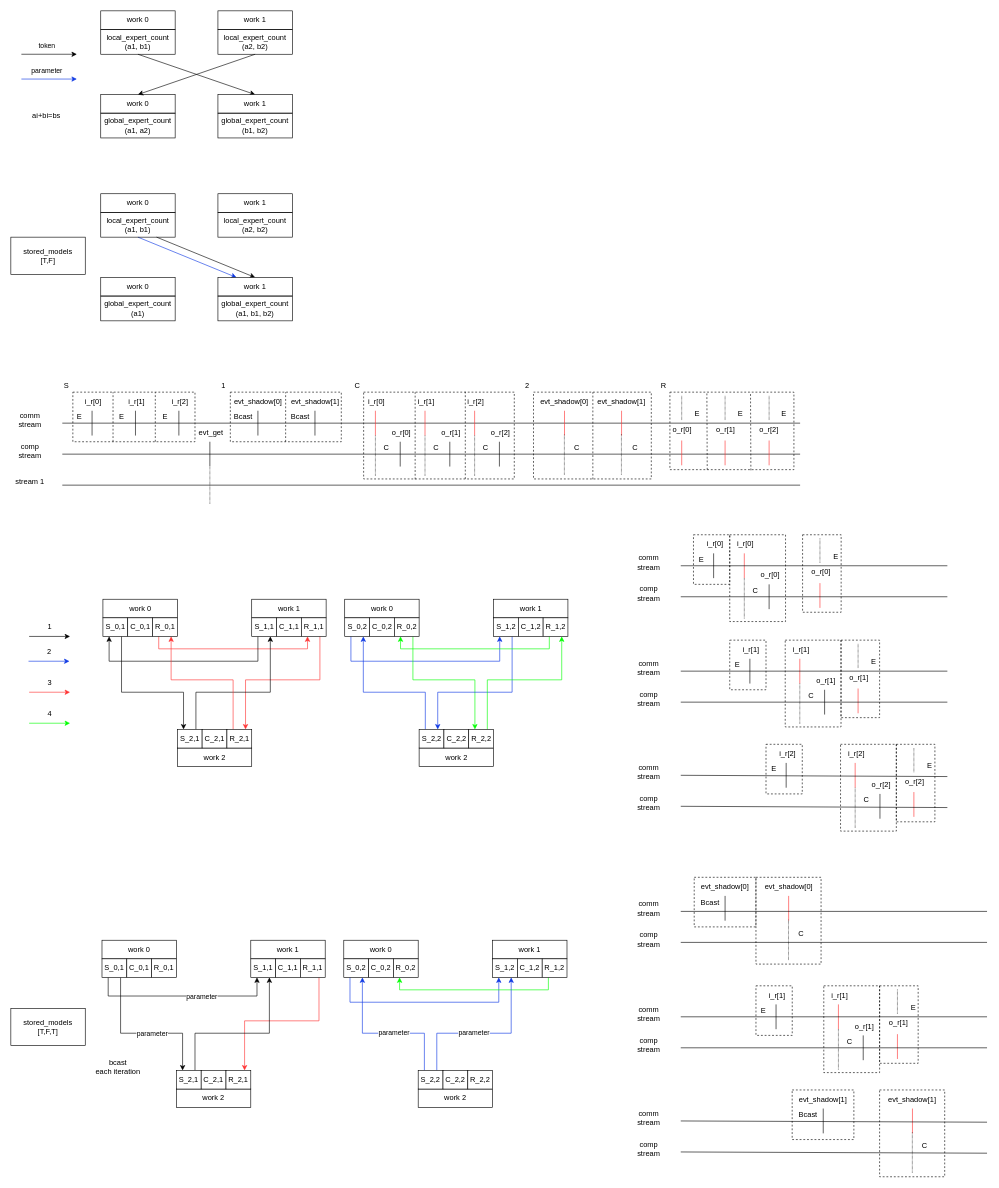
This is page "第 3 页" (3 of 3) of Untitled Diagram.drawio from htliang25/picture, a draw.io file, before an edit. Source tidied: cells renumbered, new cells numbered last; positions are measured from the earlier drawing's top-left corner, leaving out a move shared by most shapes. Both pictures are drawn from the tidied source at 62%, with x=0, y=0 at pixel (11, 11).
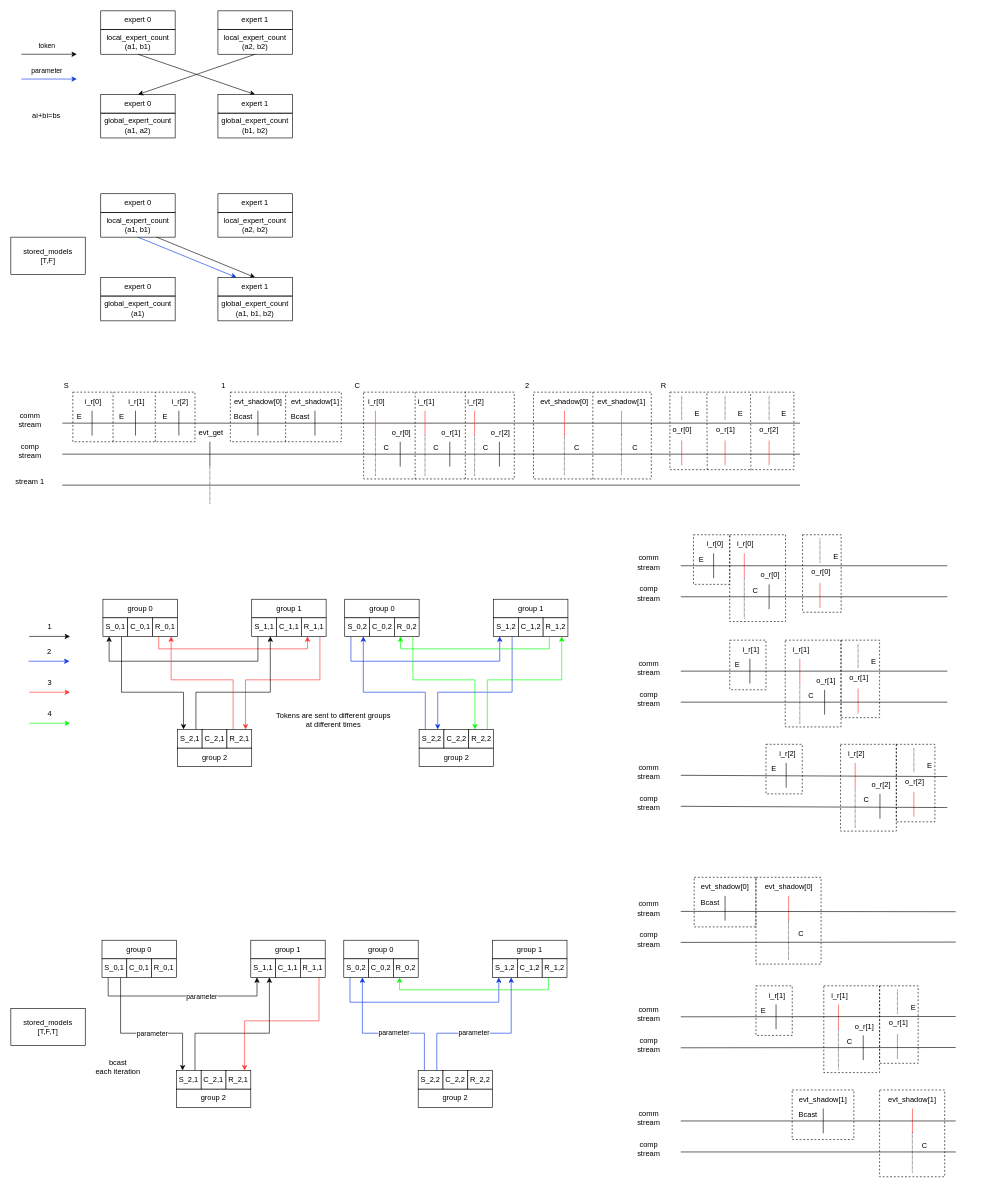
The same diagram, later.

Change to the diagram source:
```diff
@@
-    <mxCell id="11" value="work 0" style="rounded=0;whiteSpace=wrap;html=1;" parent="1" vertex="1">
+    <mxCell id="11" value="expert 0" style="rounded=0;whiteSpace=wrap;html=1;" parent="1" vertex="1">
       <mxGeometry x="145" width="120" height="30" as="geometry" />
     </mxCell>
@@
-    <mxCell id="16" value="work 0" style="rounded=0;whiteSpace=wrap;html=1;" parent="1" vertex="1">
+    <mxCell id="16" value="expert 0" style="rounded=0;whiteSpace=wrap;html=1;" parent="1" vertex="1">
       <mxGeometry x="145" y="135" width="120" height="30" as="geometry" />
     </mxCell>
@@
-    <mxCell id="18" value="work 1" style="rounded=0;whiteSpace=wrap;html=1;" parent="1" vertex="1">
+    <mxCell id="18" value="expert 1" style="rounded=0;whiteSpace=wrap;html=1;" parent="1" vertex="1">
       <mxGeometry x="334" width="120" height="30" as="geometry" />
     </mxCell>
@@
-    <mxCell id="21" value="work 1" style="rounded=0;whiteSpace=wrap;html=1;" parent="1" vertex="1">
+    <mxCell id="21" value="expert 1" style="rounded=0;whiteSpace=wrap;html=1;" parent="1" vertex="1">
       <mxGeometry x="334" y="135" width="120" height="30" as="geometry" />
     </mxCell>
@@
-    <mxCell id="23" value="work 0" style="rounded=0;whiteSpace=wrap;html=1;" parent="1" vertex="1">
+    <mxCell id="23" value="expert 0" style="rounded=0;whiteSpace=wrap;html=1;" parent="1" vertex="1">
       <mxGeometry x="145" y="295" width="120" height="30" as="geometry" />
     </mxCell>
@@
-    <mxCell id="27" value="work 0" style="rounded=0;whiteSpace=wrap;html=1;" parent="1" vertex="1">
+    <mxCell id="27" value="expert 0" style="rounded=0;whiteSpace=wrap;html=1;" parent="1" vertex="1">
       <mxGeometry x="145" y="430" width="120" height="30" as="geometry" />
     </mxCell>
@@
-    <mxCell id="29" value="work 1" style="rounded=0;whiteSpace=wrap;html=1;" parent="1" vertex="1">
+    <mxCell id="29" value="expert 1" style="rounded=0;whiteSpace=wrap;html=1;" parent="1" vertex="1">
       <mxGeometry x="334" y="295" width="120" height="30" as="geometry" />
     </mxCell>
@@
-    <mxCell id="31" value="work 1" style="rounded=0;whiteSpace=wrap;html=1;" parent="1" vertex="1">
+    <mxCell id="31" value="expert 1" style="rounded=0;whiteSpace=wrap;html=1;" parent="1" vertex="1">
       <mxGeometry x="334" y="430" width="120" height="30" as="geometry" />
     </mxCell>
@@
-    <mxCell id="37" value="work 0" style="rounded=0;whiteSpace=wrap;html=1;" parent="1" vertex="1">
+    <mxCell id="37" value="group 0" style="rounded=0;whiteSpace=wrap;html=1;" parent="1" vertex="1">
       <mxGeometry x="148.5" y="949" width="120" height="30" as="geometry" />
     </mxCell>
@@
-    <mxCell id="43" value="work 1" style="rounded=0;whiteSpace=wrap;html=1;" parent="1" vertex="1">
+    <mxCell id="43" value="group 1" style="rounded=0;whiteSpace=wrap;html=1;" parent="1" vertex="1">
       <mxGeometry x="388.5" y="949" width="120" height="30" as="geometry" />
     </mxCell>
@@
-    <mxCell id="49" value="work 2" style="rounded=0;whiteSpace=wrap;html=1;" parent="1" vertex="1">
+    <mxCell id="49" value="group 2" style="rounded=0;whiteSpace=wrap;html=1;" parent="1" vertex="1">
       <mxGeometry x="268.5" y="1189" width="120" height="30" as="geometry" />
     </mxCell>
@@
-    <mxCell id="55" value="work 0" style="rounded=0;whiteSpace=wrap;html=1;" parent="1" vertex="1">
+    <mxCell id="55" value="group 0" style="rounded=0;whiteSpace=wrap;html=1;" parent="1" vertex="1">
       <mxGeometry x="538.5" y="949" width="120" height="30" as="geometry" />
     </mxCell>
@@
-    <mxCell id="61" value="work 1" style="rounded=0;whiteSpace=wrap;html=1;" parent="1" vertex="1">
+    <mxCell id="61" value="group 1" style="rounded=0;whiteSpace=wrap;html=1;" parent="1" vertex="1">
       <mxGeometry x="778.5" y="949" width="120" height="30" as="geometry" />
     </mxCell>
@@
-    <mxCell id="67" value="work 2" style="rounded=0;whiteSpace=wrap;html=1;" parent="1" vertex="1">
+    <mxCell id="67" value="group 2" style="rounded=0;whiteSpace=wrap;html=1;" parent="1" vertex="1">
       <mxGeometry x="658.5" y="1189" width="120" height="30" as="geometry" />
     </mxCell>
@@
-    <mxCell id="81" value="work 0" style="rounded=0;whiteSpace=wrap;html=1;" parent="1" vertex="1">
+    <mxCell id="81" value="group 0" style="rounded=0;whiteSpace=wrap;html=1;" parent="1" vertex="1">
       <mxGeometry x="147" y="1499" width="120" height="30" as="geometry" />
     </mxCell>
@@
-    <mxCell id="89" value="work 1" style="rounded=0;whiteSpace=wrap;html=1;" parent="1" vertex="1">
+    <mxCell id="89" value="group 1" style="rounded=0;whiteSpace=wrap;html=1;" parent="1" vertex="1">
       <mxGeometry x="387" y="1499" width="120" height="30" as="geometry" />
     </mxCell>
@@
-    <mxCell id="94" value="work 2" style="rounded=0;whiteSpace=wrap;html=1;" parent="1" vertex="1">
+    <mxCell id="94" value="group 2" style="rounded=0;whiteSpace=wrap;html=1;" parent="1" vertex="1">
       <mxGeometry x="267" y="1739" width="120" height="30" as="geometry" />
     </mxCell>
@@
-    <mxCell id="119" value="work 0" style="rounded=0;whiteSpace=wrap;html=1;" parent="1" vertex="1">
+    <mxCell id="119" value="group 0" style="rounded=0;whiteSpace=wrap;html=1;" parent="1" vertex="1">
       <mxGeometry x="537" y="1499" width="120" height="30" as="geometry" />
     </mxCell>
@@
-    <mxCell id="124" value="work 1" style="rounded=0;whiteSpace=wrap;html=1;" parent="1" vertex="1">
+    <mxCell id="124" value="group 1" style="rounded=0;whiteSpace=wrap;html=1;" parent="1" vertex="1">
       <mxGeometry x="777" y="1499" width="120" height="30" as="geometry" />
     </mxCell>
@@
-    <mxCell id="129" value="work 2" style="rounded=0;whiteSpace=wrap;html=1;" parent="1" vertex="1">
+    <mxCell id="129" value="group 2" style="rounded=0;whiteSpace=wrap;html=1;" parent="1" vertex="1">
       <mxGeometry x="657" y="1739" width="120" height="30" as="geometry" />
     </mxCell>
@@
     <mxCell id="283" style="endArrow=none;html=1;rounded=0;strokeColor=#000000;" parent="1" edge="1">
       <mxGeometry relative="1" as="geometry">
         <mxPoint x="1080.5" y="1452.5" as="sourcePoint" />
-        <mxPoint x="1574.5" y="1452.5" as="targetPoint" />
+        <mxPoint x="1524" y="1453" as="targetPoint" />
       </mxGeometry>
     </mxCell>
@@
     <mxCell id="285" style="endArrow=none;html=1;rounded=0;strokeColor=#000000;" parent="1" edge="1">
       <mxGeometry relative="1" as="geometry">
         <mxPoint x="1080.5" y="1502.5" as="sourcePoint" />
-        <mxPoint x="1574.5" y="1502.5" as="targetPoint" />
+        <mxPoint x="1524" y="1502" as="targetPoint" />
       </mxGeometry>
     </mxCell>
@@
     <mxCell id="287" style="endArrow=none;html=1;rounded=0;strokeColor=#000000;" parent="1" edge="1">
       <mxGeometry relative="1" as="geometry">
         <mxPoint x="1080.5" y="1622.5" as="sourcePoint" />
-        <mxPoint x="1574.5" y="1622.5" as="targetPoint" />
+        <mxPoint x="1524" y="1622" as="targetPoint" />
       </mxGeometry>
     </mxCell>
@@
     <mxCell id="289" style="endArrow=none;html=1;rounded=0;strokeColor=#000000;" parent="1" edge="1">
       <mxGeometry relative="1" as="geometry">
         <mxPoint x="1080.5" y="1672.5" as="sourcePoint" />
-        <mxPoint x="1574.5" y="1672.5" as="targetPoint" />
+        <mxPoint x="1524" y="1672" as="targetPoint" />
       </mxGeometry>
     </mxCell>
@@
     <mxCell id="291" style="endArrow=none;html=1;rounded=0;strokeColor=#000000;" parent="1" edge="1">
       <mxGeometry relative="1" as="geometry">
         <mxPoint x="1080.5" y="1790.5" as="sourcePoint" />
-        <mxPoint x="1574.5" y="1792.5" as="targetPoint" />
+        <mxPoint x="1524" y="1790.5" as="targetPoint" />
       </mxGeometry>
     </mxCell>
@@
     <mxCell id="293" style="endArrow=none;html=1;rounded=0;strokeColor=#000000;" parent="1" edge="1">
       <mxGeometry relative="1" as="geometry">
         <mxPoint x="1080.5" y="1840.5" as="sourcePoint" />
-        <mxPoint x="1574.5" y="1842.5" as="targetPoint" />
+        <mxPoint x="1524" y="1840.5" as="targetPoint" />
       </mxGeometry>
     </mxCell>
@@
+    <mxCell id="295" value="Tokens are sent to different groups at different times" style="text;html=1;strokeColor=none;fillColor=none;align=center;verticalAlign=middle;whiteSpace=wrap;rounded=0;" parent="1" vertex="1">
+      <mxGeometry x="427" y="1129" width="187" height="30" as="geometry" />
+    </mxCell>
```
